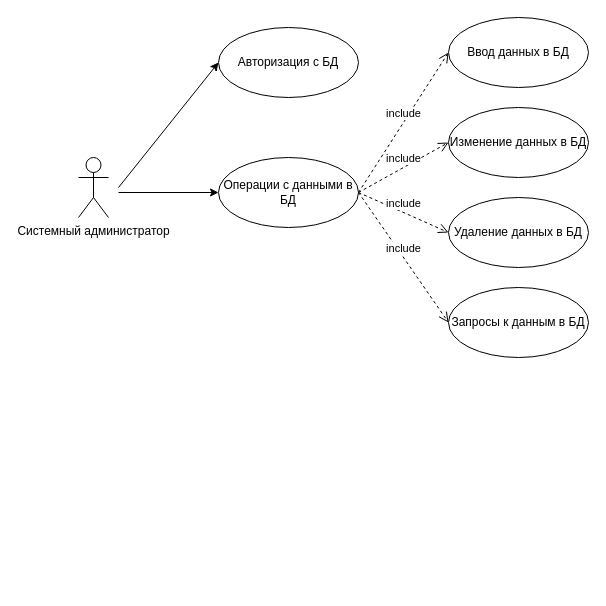
Before: Use Case Diagram.drawio in OhotnikovV/AvIS, a draw.io diagram. Source tidied: cells renumbered, new cells numbered last; positions are measured from the earlier drawing's top-left corner, leaving out a move shared by most shapes. Both pictures are drawn from the tidied source at 100%, with x=0, y=0 at pixel (78, 17).
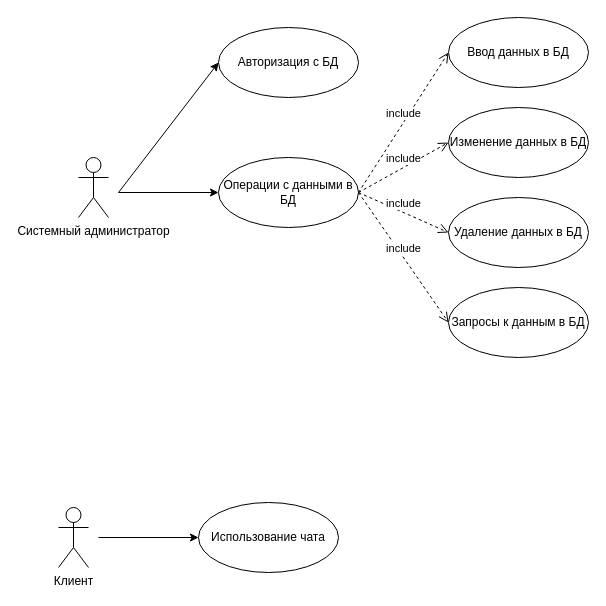
The same diagram, later.

Diff of the diagram source:
```diff
@@
 <mxGraphModel>
   <root>
     <mxCell id="0" />
     <mxCell id="1" parent="0" />
     <mxCell id="2" value="Системный администратор" style="shape=umlActor;verticalLabelPosition=bottom;labelBackgroundColor=#ffffff;verticalAlign=top;html=1;" parent="1" vertex="1">
       <mxGeometry y="140" width="30" height="60" as="geometry" />
     </mxCell>
     <mxCell id="3" value="Операции с данными в БД" style="ellipse;whiteSpace=wrap;html=1;" parent="1" vertex="1">
       <mxGeometry x="140" y="140" width="140" height="70" as="geometry" />
     </mxCell>
     <mxCell id="4" value="Ввод данных в БД" style="ellipse;whiteSpace=wrap;html=1;" parent="1" vertex="1">
       <mxGeometry x="370" width="140" height="70" as="geometry" />
     </mxCell>
     <mxCell id="5" value="Изменение данных в БД" style="ellipse;whiteSpace=wrap;html=1;" parent="1" vertex="1">
       <mxGeometry x="370" y="90" width="140" height="70" as="geometry" />
     </mxCell>
     <mxCell id="6" value="Удаление данных в БД" style="ellipse;whiteSpace=wrap;html=1;" parent="1" vertex="1">
       <mxGeometry x="370" y="180" width="140" height="70" as="geometry" />
     </mxCell>
     <mxCell id="7" value="Запросы к данным в БД" style="ellipse;whiteSpace=wrap;html=1;" parent="1" vertex="1">
       <mxGeometry x="370" y="270" width="140" height="70" as="geometry" />
     </mxCell>
     <mxCell id="8" style="endArrow=classic;html=1;entryX=0;entryY=0.5;entryDx=0;entryDy=0;" parent="1" edge="1" target="3">
       <mxGeometry relative="1" as="geometry">
         <mxPoint x="40" y="175" as="sourcePoint" />
       </mxGeometry>
     </mxCell>
     <mxCell id="9" value="include" style="html=1;verticalAlign=bottom;endArrow=open;dashed=1;endSize=8;entryX=0;entryY=0.5;entryDx=0;entryDy=0;exitX=1;exitY=0.5;exitDx=0;exitDy=0;" parent="1" edge="1" source="3" target="4">
       <mxGeometry relative="1" as="geometry" />
     </mxCell>
     <mxCell id="10" value="include" style="html=1;verticalAlign=bottom;endArrow=open;dashed=1;endSize=8;entryX=0;entryY=0.5;entryDx=0;entryDy=0;exitX=1;exitY=0.5;exitDx=0;exitDy=0;" parent="1" edge="1" source="3" target="5">
       <mxGeometry relative="1" as="geometry" />
     </mxCell>
     <mxCell id="11" value="include" style="html=1;verticalAlign=bottom;endArrow=open;dashed=1;endSize=8;entryX=0;entryY=0.5;entryDx=0;entryDy=0;exitX=1;exitY=0.5;exitDx=0;exitDy=0;" parent="1" edge="1" source="3" target="6">
       <mxGeometry relative="1" as="geometry" />
     </mxCell>
     <mxCell id="12" value="include" style="html=1;verticalAlign=bottom;endArrow=open;dashed=1;endSize=8;entryX=0;entryY=0.5;entryDx=0;entryDy=0;exitX=1;exitY=0.5;exitDx=0;exitDy=0;" parent="1" edge="1" source="3" target="7">
       <mxGeometry relative="1" as="geometry" />
     </mxCell>
     <mxCell id="13" value="Авторизация с БД" style="ellipse;whiteSpace=wrap;html=1;" parent="1" vertex="1">
       <mxGeometry x="140" y="10" width="140" height="70" as="geometry" />
     </mxCell>
     <mxCell id="14" style="endArrow=classic;html=1;entryX=0;entryY=0.5;entryDx=0;entryDy=0;" parent="1" edge="1" target="13">
       <mxGeometry relative="1" as="geometry">
-        <mxPoint x="40" y="170" as="sourcePoint" />
+        <mxPoint x="40" y="175" as="sourcePoint" />
       </mxGeometry>
     </mxCell>
+    <mxCell id="15" value="Клиент" style="shape=umlActor;verticalLabelPosition=bottom;labelBackgroundColor=#ffffff;verticalAlign=top;html=1;" parent="1" vertex="1">
+      <mxGeometry x="-20" y="490" width="30" height="60" as="geometry" />
+    </mxCell>
+    <mxCell id="16" value="Использование чата" style="ellipse;whiteSpace=wrap;html=1;" parent="1" vertex="1">
+      <mxGeometry x="120" y="485" width="140" height="70" as="geometry" />
+    </mxCell>
+    <mxCell id="17" style="endArrow=classic;html=1;entryX=0;entryY=0.5;entryDx=0;entryDy=0;" parent="1" edge="1" target="16">
+      <mxGeometry relative="1" as="geometry">
+        <mxPoint x="20" y="520" as="sourcePoint" />
+      </mxGeometry>
+    </mxCell>
   </root>
 </mxGraphModel>
```
